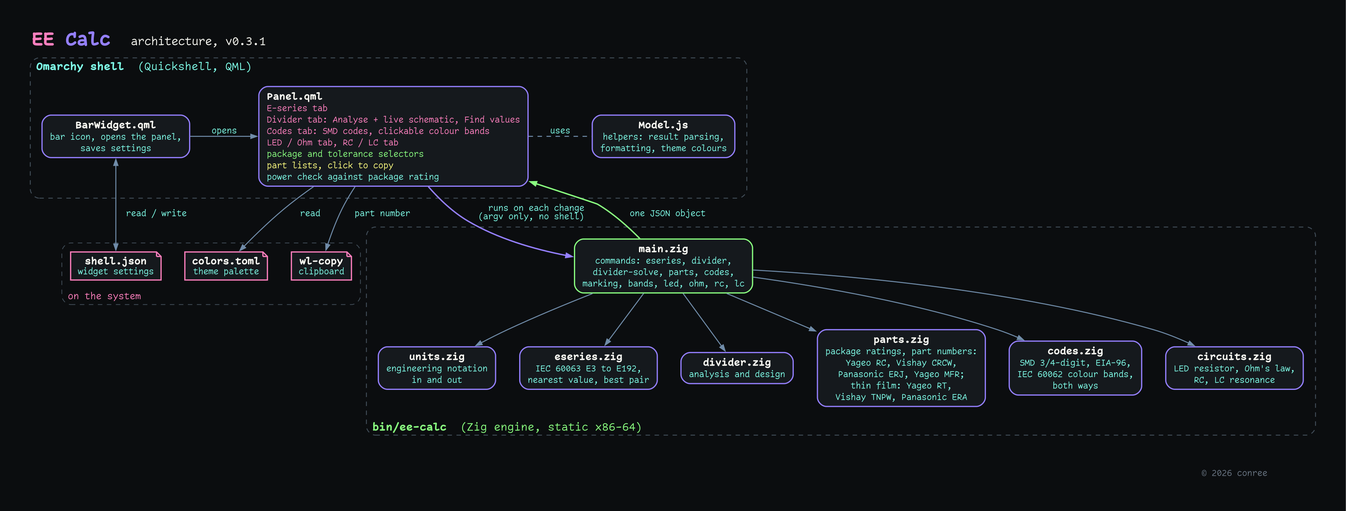
Above: docs/architecture.png in conree/omarchy-ee-calc (Graphviz), before the change. Its source is kept beside it as docs/architecture.dot.
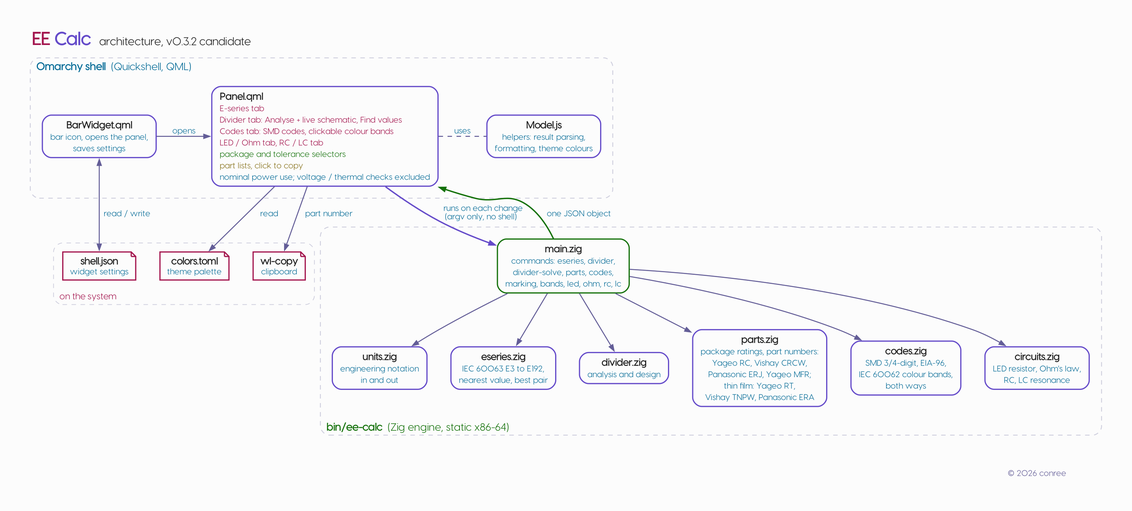
Later version of the same file.

Change to the diagram source:
```diff
@@ -1,40 +1,40 @@
 
 digraph eecalc {
-  graph [rankdir=TB, bgcolor="#0B0D0F", fontname="Comic Code Ligatures", fontcolor="#F8F8F2",
+  graph [rankdir=TB, bgcolor="#fcfcfc", fontname="Visby", fontcolor="#1f1f1f",
          pad=0.45, nodesep=0.45, ranksep=0.65, compound=true, newrank=true, splines=spline]
-  node  [shape=box, style="rounded,filled", fillcolor="#15191D", color="#9580FF", penwidth=1.6,
-         fontname="Comic Code Ligatures", fontcolor="#F8F8F2", fontsize=13, margin="0.12,0.06"]
-  edge  [color="#708CA9", penwidth=1.3, arrowsize=0.8, fontname="Comic Code Ligatures",
-         fontcolor="#80FFEA", fontsize=11]
+  node  [shape=box, style="rounded,filled", fillcolor="#fcfcfc", color="#644ac9", penwidth=1.6,
+         fontname="Visby", fontcolor="#1f1f1f", fontsize=13, margin="0.12,0.06"]
+  edge  [color="#635d97", penwidth=1.3, arrowsize=0.8, fontname="Visby",
+         fontcolor="#036a96", fontsize=11]
 
   label=<<TABLE BORDER="0" CELLPADDING="2" CELLSPACING="0">
-    <TR><TD ALIGN="LEFT"><FONT POINT-SIZE="24" COLOR="#FF80BF"><B>EE </B></FONT><FONT POINT-SIZE="24" COLOR="#9580FF"><B>Calc</B></FONT><FONT POINT-SIZE="15" COLOR="#F8F8F2">   architecture, v0.3.1</FONT></TD></TR>
+    <TR><TD ALIGN="LEFT"><FONT POINT-SIZE="24" COLOR="#a3144d"><B>EE </B></FONT><FONT POINT-SIZE="24" COLOR="#644ac9"><B>Calc</B></FONT><FONT POINT-SIZE="15" COLOR="#1f1f1f">   architecture, v0.3.2 candidate</FONT></TD></TR>
   </TABLE>>
   labelloc=t; labeljust=l
 
   subgraph cluster_shell {
-    label=<<FONT COLOR="#80FFEA" POINT-SIZE="14"><B>Omarchy shell</B>  (Quickshell, QML)</FONT>>
-    labeljust=l; style="rounded,dashed"; color="#414D58"; penwidth=1.2; margin=16
+    label=<<FONT COLOR="#036a96" POINT-SIZE="14"><B>Omarchy shell</B>  (Quickshell, QML)</FONT>>
+    labeljust=l; style="rounded,dashed"; color="#cfcfde"; penwidth=1.2; margin=16
 
     bar [label=<<TABLE BORDER="0" CELLPADDING="2" CELLSPACING="0">
       <TR><TD><B>BarWidget.qml</B></TD></TR>
-      <TR><TD><FONT POINT-SIZE="11" COLOR="#80FFEA">bar icon, opens the panel,</FONT></TD></TR>
-      <TR><TD><FONT POINT-SIZE="11" COLOR="#80FFEA">saves settings</FONT></TD></TR></TABLE>>]
+      <TR><TD><FONT POINT-SIZE="11" COLOR="#036a96">bar icon, opens the panel,</FONT></TD></TR>
+      <TR><TD><FONT POINT-SIZE="11" COLOR="#036a96">saves settings</FONT></TD></TR></TABLE>>]
 
     panel [label=<<TABLE BORDER="0" CELLPADDING="2" CELLSPACING="0">
       <TR><TD ALIGN="LEFT"><B>Panel.qml</B></TD></TR>
-      <TR><TD ALIGN="LEFT"><FONT POINT-SIZE="11" COLOR="#FF80BF">E-series tab</FONT></TD></TR>
-      <TR><TD ALIGN="LEFT"><FONT POINT-SIZE="11" COLOR="#FF80BF">Divider tab: Analyse + live schematic, Find values</FONT></TD></TR>
-      <TR><TD ALIGN="LEFT"><FONT POINT-SIZE="11" COLOR="#FF80BF">Codes tab: SMD codes, clickable colour bands</FONT></TD></TR>
-      <TR><TD ALIGN="LEFT"><FONT POINT-SIZE="11" COLOR="#FF80BF">LED / Ohm tab, RC / LC tab</FONT></TD></TR>
-      <TR><TD ALIGN="LEFT"><FONT POINT-SIZE="11" COLOR="#8AFF80">package and tolerance selectors</FONT></TD></TR>
-      <TR><TD ALIGN="LEFT"><FONT POINT-SIZE="11" COLOR="#FFFF80">part lists, click to copy</FONT></TD></TR>
-      <TR><TD ALIGN="LEFT"><FONT POINT-SIZE="11" COLOR="#80FFEA">power check against package rating</FONT></TD></TR></TABLE>>]
+      <TR><TD ALIGN="LEFT"><FONT POINT-SIZE="11" COLOR="#a3144d">E-series tab</FONT></TD></TR>
+      <TR><TD ALIGN="LEFT"><FONT POINT-SIZE="11" COLOR="#a3144d">Divider tab: Analyse + live schematic, Find values</FONT></TD></TR>
+      <TR><TD ALIGN="LEFT"><FONT POINT-SIZE="11" COLOR="#a3144d">Codes tab: SMD codes, clickable colour bands</FONT></TD></TR>
+      <TR><TD ALIGN="LEFT"><FONT POINT-SIZE="11" COLOR="#a3144d">LED / Ohm tab, RC / LC tab</FONT></TD></TR>
+      <TR><TD ALIGN="LEFT"><FONT POINT-SIZE="11" COLOR="#14710a">package and tolerance selectors</FONT></TD></TR>
+      <TR><TD ALIGN="LEFT"><FONT POINT-SIZE="11" COLOR="#846e15">part lists, click to copy</FONT></TD></TR>
+      <TR><TD ALIGN="LEFT"><FONT POINT-SIZE="11" COLOR="#036a96">nominal power use; voltage / thermal checks excluded</FONT></TD></TR></TABLE>>]
 
     model [label=<<TABLE BORDER="0" CELLPADDING="2" CELLSPACING="0">
       <TR><TD><B>Model.js</B></TD></TR>
-      <TR><TD><FONT POINT-SIZE="11" COLOR="#80FFEA">helpers: result parsing,</FONT></TD></TR>
-      <TR><TD><FONT POINT-SIZE="11" COLOR="#80FFEA">formatting, theme colours</FONT></TD></TR></TABLE>>]
+      <TR><TD><FONT POINT-SIZE="11" COLOR="#036a96">helpers: result parsing,</FONT></TD></TR>
+      <TR><TD><FONT POINT-SIZE="11" COLOR="#036a96">formatting, theme colours</FONT></TD></TR></TABLE>>]
 
     { rank=same; bar; panel; model }
     bar -> panel [label="  opens  "]
@@ -42,12 +42,12 @@
   }
 
   subgraph cluster_ext {
-    label=<<FONT COLOR="#FF80BF" POINT-SIZE="12">on the system</FONT>>
-    labeljust=l; labelloc=b; style="rounded,dashed"; color="#414D58"; penwidth=1.0; margin=12
-    node [shape=note, color="#FF80BF"]
-    shelljson [label=<<TABLE BORDER="0" CELLPADDING="1" CELLSPACING="0"><TR><TD><B>shell.json</B></TD></TR><TR><TD><FONT POINT-SIZE="11" COLOR="#80FFEA">widget settings</FONT></TD></TR></TABLE>>]
-    colors    [label=<<TABLE BORDER="0" CELLPADDING="1" CELLSPACING="0"><TR><TD><B>colors.toml</B></TD></TR><TR><TD><FONT POINT-SIZE="11" COLOR="#80FFEA">theme palette</FONT></TD></TR></TABLE>>]
-    wlcopy    [label=<<TABLE BORDER="0" CELLPADDING="1" CELLSPACING="0"><TR><TD><B>wl-copy</B></TD></TR><TR><TD><FONT POINT-SIZE="11" COLOR="#80FFEA">clipboard</FONT></TD></TR></TABLE>>]
+    label=<<FONT COLOR="#a3144d" POINT-SIZE="12">on the system</FONT>>
+    labeljust=l; labelloc=b; style="rounded,dashed"; color="#cfcfde"; penwidth=1.0; margin=12
+    node [shape=note, color="#a3144d"]
+    shelljson [label=<<TABLE BORDER="0" CELLPADDING="1" CELLSPACING="0"><TR><TD><B>shell.json</B></TD></TR><TR><TD><FONT POINT-SIZE="11" COLOR="#036a96">widget settings</FONT></TD></TR></TABLE>>]
+    colors    [label=<<TABLE BORDER="0" CELLPADDING="1" CELLSPACING="0"><TR><TD><B>colors.toml</B></TD></TR><TR><TD><FONT POINT-SIZE="11" COLOR="#036a96">theme palette</FONT></TD></TR></TABLE>>]
+    wlcopy    [label=<<TABLE BORDER="0" CELLPADDING="1" CELLSPACING="0"><TR><TD><B>wl-copy</B></TD></TR><TR><TD><FONT POINT-SIZE="11" COLOR="#036a96">clipboard</FONT></TD></TR></TABLE>>]
     { rank=same; shelljson; colors; wlcopy }
   }
 
@@ -56,43 +56,43 @@
   panel -> wlcopy    [label="  part number  "]
 
   subgraph cluster_engine {
-    label=<<FONT COLOR="#8AFF80" POINT-SIZE="14"><B>bin/ee-calc</B>  (Zig engine, static x86-64)</FONT>>
-    labeljust=l; labelloc=b; style="rounded,dashed"; color="#414D58"; penwidth=1.2; margin=16
+    label=<<FONT COLOR="#14710a" POINT-SIZE="14"><B>bin/ee-calc</B>  (Zig engine, static x86-64)</FONT>>
+    labeljust=l; labelloc=b; style="rounded,dashed"; color="#cfcfde"; penwidth=1.2; margin=16
 
-    main [color="#8AFF80", label=<<TABLE BORDER="0" CELLPADDING="2" CELLSPACING="0">
+    main [color="#14710a", label=<<TABLE BORDER="0" CELLPADDING="2" CELLSPACING="0">
       <TR><TD><B>main.zig</B></TD></TR>
-      <TR><TD><FONT POINT-SIZE="11" COLOR="#80FFEA">commands: eseries, divider,</FONT></TD></TR>
-      <TR><TD><FONT POINT-SIZE="11" COLOR="#80FFEA">divider-solve, parts, codes,</FONT></TD></TR>
-      <TR><TD><FONT POINT-SIZE="11" COLOR="#80FFEA">marking, bands, led, ohm, rc, lc</FONT></TD></TR></TABLE>>]
+      <TR><TD><FONT POINT-SIZE="11" COLOR="#036a96">commands: eseries, divider,</FONT></TD></TR>
+      <TR><TD><FONT POINT-SIZE="11" COLOR="#036a96">divider-solve, parts, codes,</FONT></TD></TR>
+      <TR><TD><FONT POINT-SIZE="11" COLOR="#036a96">marking, bands, led, ohm, rc, lc</FONT></TD></TR></TABLE>>]
 
     units [label=<<TABLE BORDER="0" CELLPADDING="2" CELLSPACING="0">
       <TR><TD><B>units.zig</B></TD></TR>
-      <TR><TD><FONT POINT-SIZE="11" COLOR="#80FFEA">engineering notation</FONT></TD></TR>
-      <TR><TD><FONT POINT-SIZE="11" COLOR="#80FFEA">in and out</FONT></TD></TR></TABLE>>]
+      <TR><TD><FONT POINT-SIZE="11" COLOR="#036a96">engineering notation</FONT></TD></TR>
+      <TR><TD><FONT POINT-SIZE="11" COLOR="#036a96">in and out</FONT></TD></TR></TABLE>>]
     eseries [label=<<TABLE BORDER="0" CELLPADDING="2" CELLSPACING="0">
       <TR><TD><B>eseries.zig</B></TD></TR>
-      <TR><TD><FONT POINT-SIZE="11" COLOR="#80FFEA">IEC 60063 E3 to E192,</FONT></TD></TR>
-      <TR><TD><FONT POINT-SIZE="11" COLOR="#80FFEA">nearest value, best pair</FONT></TD></TR></TABLE>>]
+      <TR><TD><FONT POINT-SIZE="11" COLOR="#036a96">IEC 60063 E3 to E192,</FONT></TD></TR>
+      <TR><TD><FONT POINT-SIZE="11" COLOR="#036a96">nearest value, best pair</FONT></TD></TR></TABLE>>]
     divider [label=<<TABLE BORDER="0" CELLPADDING="2" CELLSPACING="0">
       <TR><TD><B>divider.zig</B></TD></TR>
-      <TR><TD><FONT POINT-SIZE="11" COLOR="#80FFEA">analysis and design</FONT></TD></TR></TABLE>>]
+      <TR><TD><FONT POINT-SIZE="11" COLOR="#036a96">analysis and design</FONT></TD></TR></TABLE>>]
     parts [label=<<TABLE BORDER="0" CELLPADDING="2" CELLSPACING="0">
       <TR><TD><B>parts.zig</B></TD></TR>
-      <TR><TD><FONT POINT-SIZE="11" COLOR="#80FFEA">package ratings, part numbers:</FONT></TD></TR>
-      <TR><TD><FONT POINT-SIZE="11" COLOR="#80FFEA">Yageo RC, Vishay CRCW,</FONT></TD></TR>
-      <TR><TD><FONT POINT-SIZE="11" COLOR="#80FFEA">Panasonic ERJ, Yageo MFR;</FONT></TD></TR>
-      <TR><TD><FONT POINT-SIZE="11" COLOR="#80FFEA">thin film: Yageo RT,</FONT></TD></TR>
-      <TR><TD><FONT POINT-SIZE="11" COLOR="#80FFEA">Vishay TNPW, Panasonic ERA</FONT></TD></TR></TABLE>>]
+      <TR><TD><FONT POINT-SIZE="11" COLOR="#036a96">package ratings, part numbers:</FONT></TD></TR>
+      <TR><TD><FONT POINT-SIZE="11" COLOR="#036a96">Yageo RC, Vishay CRCW,</FONT></TD></TR>
+      <TR><TD><FONT POINT-SIZE="11" COLOR="#036a96">Panasonic ERJ, Yageo MFR;</FONT></TD></TR>
+      <TR><TD><FONT POINT-SIZE="11" COLOR="#036a96">thin film: Yageo RT,</FONT></TD></TR>
+      <TR><TD><FONT POINT-SIZE="11" COLOR="#036a96">Vishay TNPW, Panasonic ERA</FONT></TD></TR></TABLE>>]
 
     codes [label=<<TABLE BORDER="0" CELLPADDING="2" CELLSPACING="0">
       <TR><TD><B>codes.zig</B></TD></TR>
-      <TR><TD><FONT POINT-SIZE="11" COLOR="#80FFEA">SMD 3/4-digit, EIA-96,</FONT></TD></TR>
-      <TR><TD><FONT POINT-SIZE="11" COLOR="#80FFEA">IEC 60062 colour bands,</FONT></TD></TR>
-      <TR><TD><FONT POINT-SIZE="11" COLOR="#80FFEA">both ways</FONT></TD></TR></TABLE>>]
+      <TR><TD><FONT POINT-SIZE="11" COLOR="#036a96">SMD 3/4-digit, EIA-96,</FONT></TD></TR>
+      <TR><TD><FONT POINT-SIZE="11" COLOR="#036a96">IEC 60062 colour bands,</FONT></TD></TR>
+      <TR><TD><FONT POINT-SIZE="11" COLOR="#036a96">both ways</FONT></TD></TR></TABLE>>]
     circuits [label=<<TABLE BORDER="0" CELLPADDING="2" CELLSPACING="0">
       <TR><TD><B>circuits.zig</B></TD></TR>
-      <TR><TD><FONT POINT-SIZE="11" COLOR="#80FFEA">LED resistor, Ohm's law,</FONT></TD></TR>
-      <TR><TD><FONT POINT-SIZE="11" COLOR="#80FFEA">RC, LC resonance</FONT></TD></TR></TABLE>>]
+      <TR><TD><FONT POINT-SIZE="11" COLOR="#036a96">LED resistor, Ohm's law,</FONT></TD></TR>
+      <TR><TD><FONT POINT-SIZE="11" COLOR="#036a96">RC, LC resonance</FONT></TD></TR></TABLE>>]
 
     { rank=same; units; eseries; divider; parts; codes; circuits }
     main -> units
@@ -103,9 +103,9 @@
     main -> circuits
   }
 
-  copyright [shape=plaintext, style="", label=<<FONT POINT-SIZE="11" COLOR="#6B7785">© 2026 conree</FONT>>]
+  copyright [shape=plaintext, style="", label=<<FONT POINT-SIZE="11" COLOR="#635d97">© 2026 conree</FONT>>]
   circuits -> copyright [style=invis]
 
-  panel -> main [label=<  runs on each change<BR/>  (argv only, no shell)  >, color="#9580FF", penwidth=1.8]
-  main -> panel [label="  one JSON object  ", color="#8AFF80", penwidth=1.8]
+  panel -> main [label=<  runs on each change<BR/>  (argv only, no shell)  >, color="#644ac9", penwidth=1.8]
+  main -> panel [label="  one JSON object  ", color="#14710a", penwidth=1.8]
 }
```
